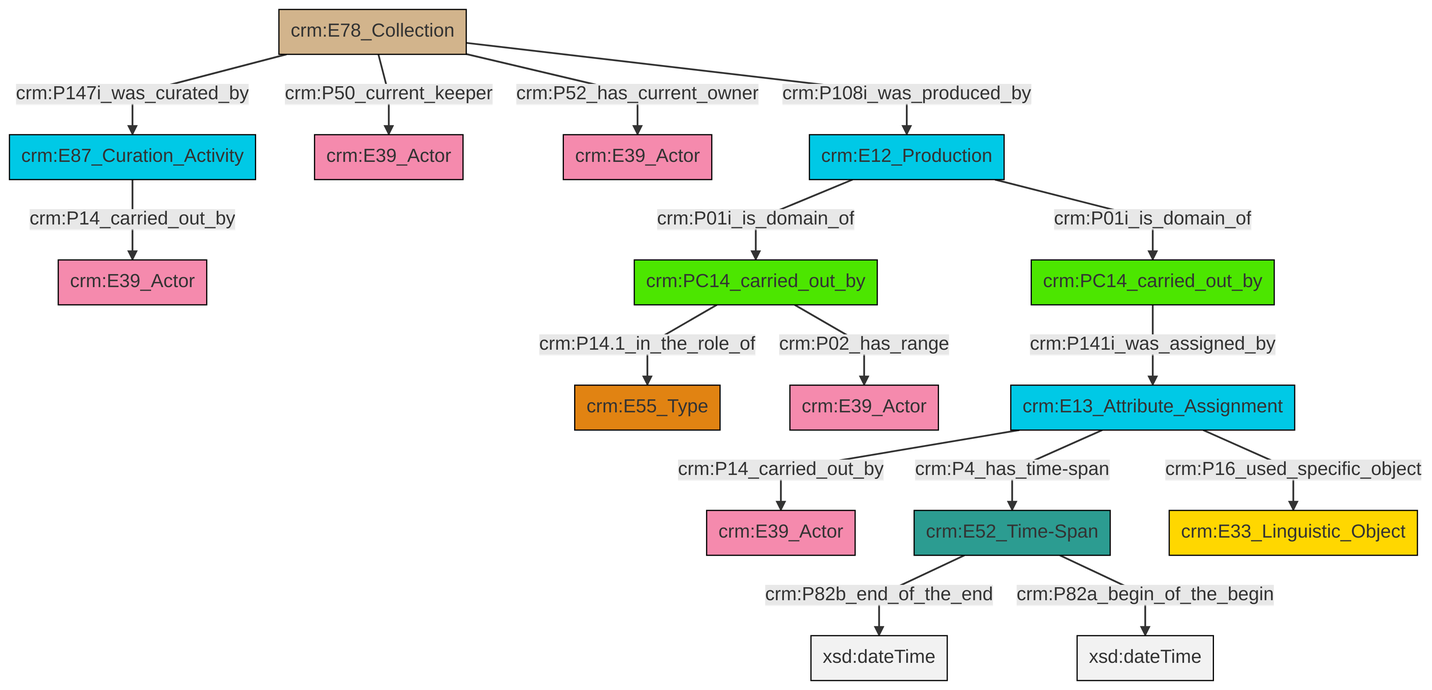
Before: et/archivalCSV/ttl/mmd/png/archival_relation.png, a diagram exported from Mermaid (swiss-art-research-net/docs.swissartresearch). Its source is kept beside it as et/archivalCSV/ttl/mmd/archival_relation.ttl.mmd.
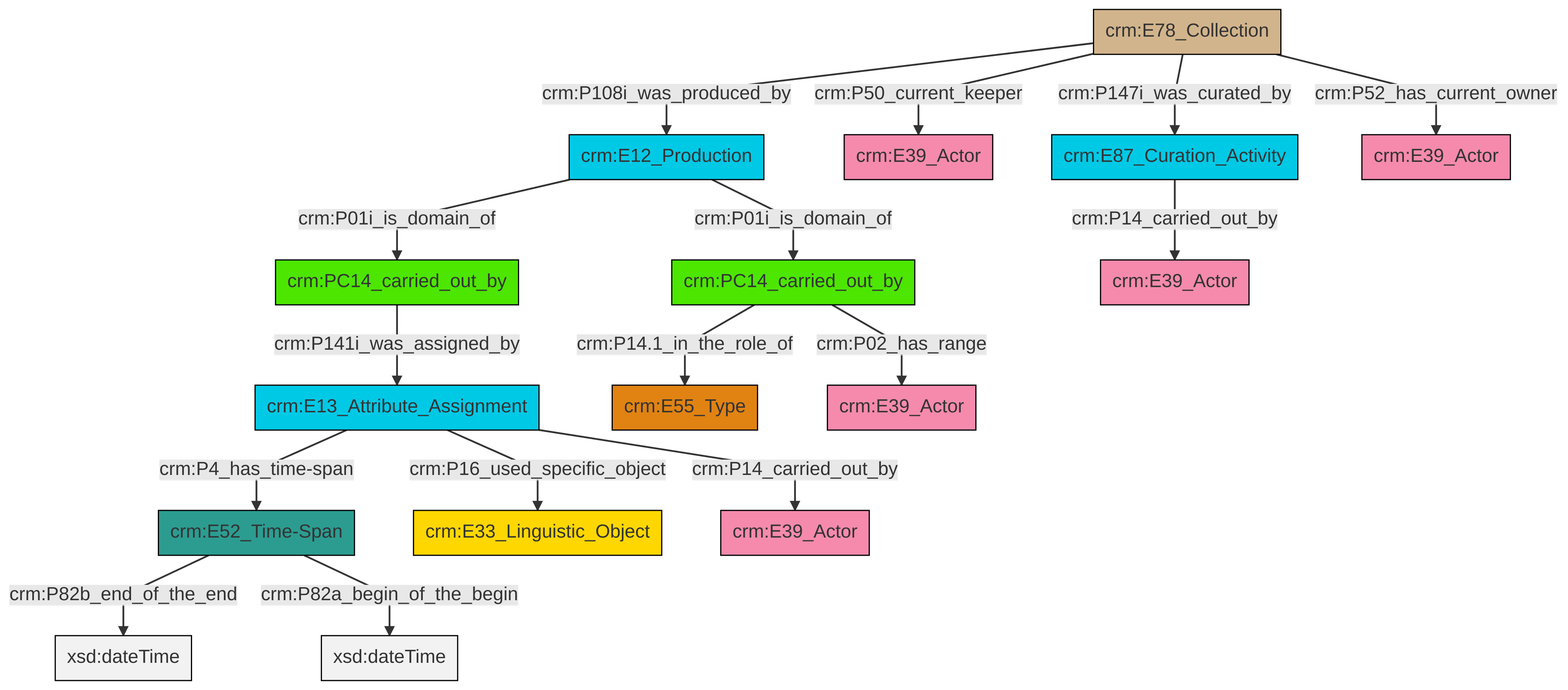
Later version of the same file.

Change to the diagram source:
```diff
@@ -13,18 +13,18 @@
 classDef PC_Classes fill:#4ce600, stroke:#000000;
 classDef Multi fill:#cccccc,stroke:#000000;
 
-0["crm:E87_Curation_Activity"]:::Temporal_Entity -->|crm:P14_carried_out_by| 1["crm:E39_Actor"]:::Actor
-3["crm:E78_Collection"]:::Physical_Thing -->|crm:P50_current_keeper| 4["crm:E39_Actor"]:::Actor
-16["crm:E12_Production"]:::Temporal_Entity -->|crm:P01i_is_domain_of| 17["crm:PC14_carried_out_by"]:::PC_Classes
-19["crm:E52_Time-Span"]:::Time-Span -->|crm:P82b_end_of_the_end| 20[xsd:dateTime]:::Literal
-17["crm:PC14_carried_out_by"]:::PC_Classes -->|crm:P02_has_range| 7["crm:E39_Actor"]:::Actor
-21["crm:E13_Attribute_Assignment"]:::Temporal_Entity -->|crm:P4_has_time-span| 19["crm:E52_Time-Span"]:::Time-Span
-19["crm:E52_Time-Span"]:::Time-Span -->|crm:P82a_begin_of_the_begin| 23[xsd:dateTime]:::Literal
-16["crm:E12_Production"]:::Temporal_Entity -->|crm:P01i_is_domain_of| 9["crm:PC14_carried_out_by"]:::PC_Classes
-21["crm:E13_Attribute_Assignment"]:::Temporal_Entity -->|crm:P16_used_specific_object| 24["crm:E33_Linguistic_Object"]:::Conceptual_Object
-3["crm:E78_Collection"]:::Physical_Thing -->|crm:P108i_was_produced_by| 16["crm:E12_Production"]:::Temporal_Entity
-9["crm:PC14_carried_out_by"]:::PC_Classes -->|crm:P141i_was_assigned_by| 21["crm:E13_Attribute_Assignment"]:::Temporal_Entity
-3["crm:E78_Collection"]:::Physical_Thing -->|crm:P52_has_current_owner| 13["crm:E39_Actor"]:::Actor
-3["crm:E78_Collection"]:::Physical_Thing -->|crm:P147i_was_curated_by| 0["crm:E87_Curation_Activity"]:::Temporal_Entity
-17["crm:PC14_carried_out_by"]:::PC_Classes -->|crm:P14.1_in_the_role_of| 5["crm:E55_Type"]:::Type
-21["crm:E13_Attribute_Assignment"]:::Temporal_Entity -->|crm:P14_carried_out_by| 11["crm:E39_Actor"]:::Actor
+0["crm:E52_Time-Span"]:::Time-Span -->|crm:P82b_end_of_the_end| 1[xsd:dateTime]:::Literal
+2["crm:E78_Collection"]:::Physical_Thing -->|crm:P108i_was_produced_by| 3["crm:E12_Production"]:::Temporal_Entity
+8["crm:E13_Attribute_Assignment"]:::Temporal_Entity -->|crm:P4_has_time-span| 0["crm:E52_Time-Span"]:::Time-Span
+9["crm:PC14_carried_out_by"]:::PC_Classes -->|crm:P14.1_in_the_role_of| 10["crm:E55_Type"]:::Type
+11["crm:PC14_carried_out_by"]:::PC_Classes -->|crm:P141i_was_assigned_by| 8["crm:E13_Attribute_Assignment"]:::Temporal_Entity
+8["crm:E13_Attribute_Assignment"]:::Temporal_Entity -->|crm:P16_used_specific_object| 12["crm:E33_Linguistic_Object"]:::Conceptual_Object
+8["crm:E13_Attribute_Assignment"]:::Temporal_Entity -->|crm:P14_carried_out_by| 13["crm:E39_Actor"]:::Actor
+14["crm:E87_Curation_Activity"]:::Temporal_Entity -->|crm:P14_carried_out_by| 15["crm:E39_Actor"]:::Actor
+9["crm:PC14_carried_out_by"]:::PC_Classes -->|crm:P02_has_range| 4["crm:E39_Actor"]:::Actor
+3["crm:E12_Production"]:::Temporal_Entity -->|crm:P01i_is_domain_of| 11["crm:PC14_carried_out_by"]:::PC_Classes
+2["crm:E78_Collection"]:::Physical_Thing -->|crm:P50_current_keeper| 22["crm:E39_Actor"]:::Actor
+2["crm:E78_Collection"]:::Physical_Thing -->|crm:P147i_was_curated_by| 14["crm:E87_Curation_Activity"]:::Temporal_Entity
+0["crm:E52_Time-Span"]:::Time-Span -->|crm:P82a_begin_of_the_begin| 24[xsd:dateTime]:::Literal
+3["crm:E12_Production"]:::Temporal_Entity -->|crm:P01i_is_domain_of| 9["crm:PC14_carried_out_by"]:::PC_Classes
+2["crm:E78_Collection"]:::Physical_Thing -->|crm:P52_has_current_owner| 16["crm:E39_Actor"]:::Actor
```
